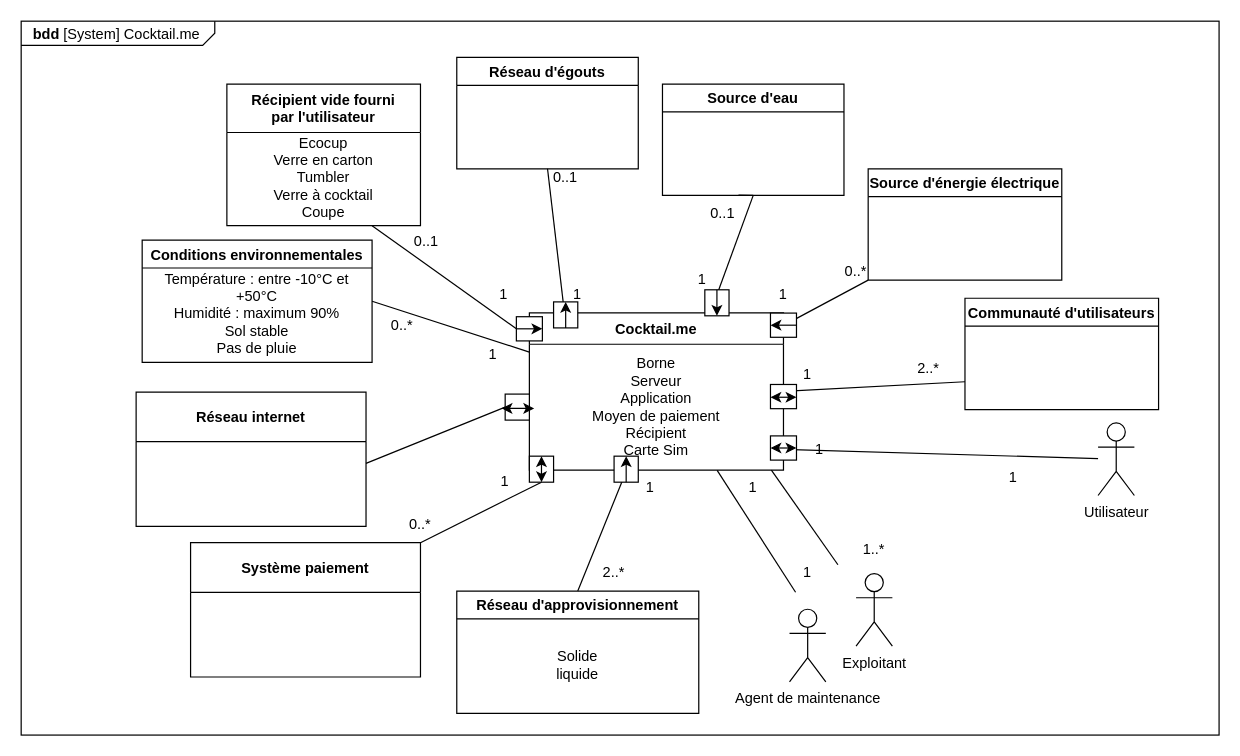
The draw.io diagram page "Contexte organique 28/04" (2 of 14) of borneCocktailP22.drawio in mbricogn/TN29-MBSE, before the edit. Source tidied: cells renumbered, new cells numbered last; positions are measured from the earlier drawing's top-left corner, leaving out a move shared by most shapes. Both pictures are drawn from the tidied source at 121%, with x=0, y=0 at pixel (21, 21).
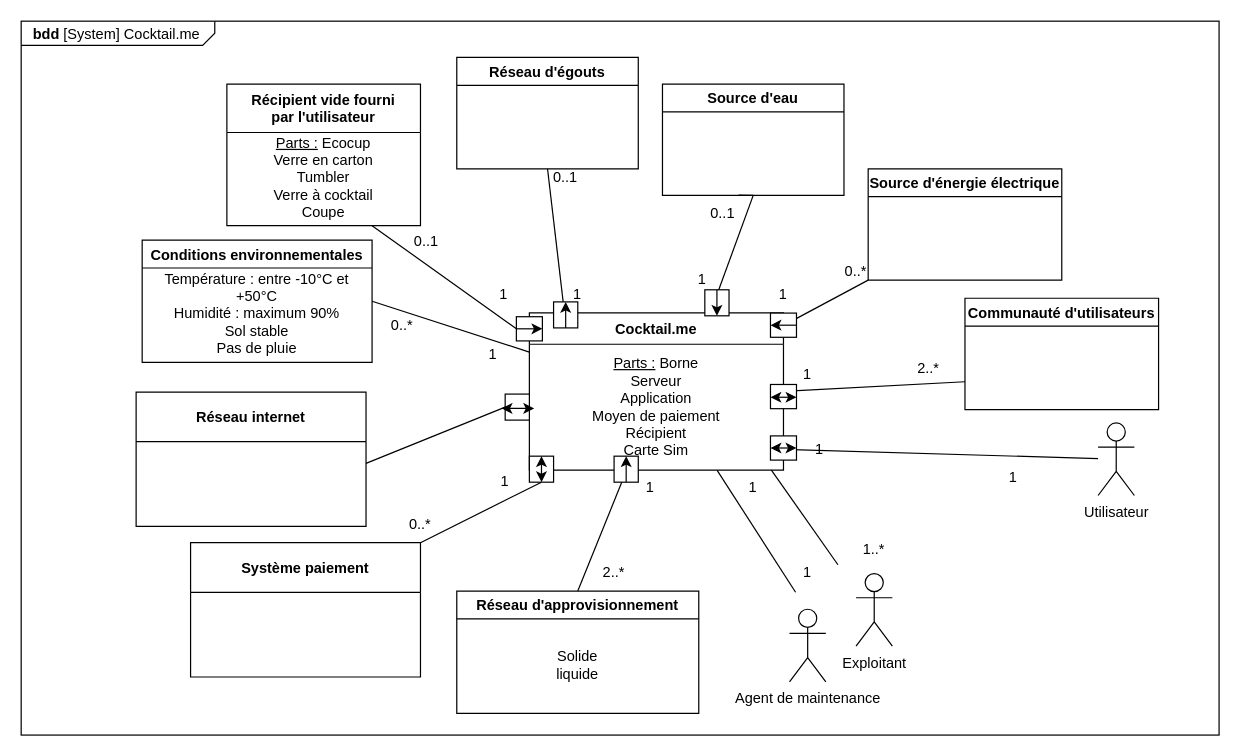
After the change.

Unchanged cells that the change refers to:
```xml
<mxCell id="3" value="Cocktail.me" style="swimlane;fontStyle=1;horizontal=1;startSize=26;fillColor=none;" parent="1" vertex="1">
  <mxGeometry x="420" y="241" width="210" height="130" as="geometry" />
</mxCell>
<mxCell id="9" value="Récipient vide fourni &#10;par l'utilisateur" style="swimlane;startSize=40;" parent="1" vertex="1">
  <mxGeometry x="170" y="52" width="160" height="117" as="geometry" />
</mxCell>
```

Change to the diagram source:
```diff
@@
-    <mxCell id="4" value="&lt;div&gt;Borne &lt;br&gt;&lt;/div&gt;&lt;div&gt;Serveur&lt;br&gt;&lt;/div&gt;Application&lt;br&gt;Moyen de paiement&lt;br&gt;&lt;div&gt;Récipient &lt;br&gt;&lt;/div&gt;&lt;div&gt;Carte Sim&lt;br&gt;&lt;/div&gt;" style="text;html=1;strokeColor=none;fillColor=none;align=center;verticalAlign=middle;whiteSpace=wrap;rounded=0;" parent="3" vertex="1">
+    <mxCell id="4" value="&lt;div&gt;&lt;u&gt;Parts :&lt;/u&gt; Borne &lt;br&gt;&lt;/div&gt;&lt;div&gt;Serveur&lt;br&gt;&lt;/div&gt;Application&lt;br&gt;Moyen de paiement&lt;br&gt;&lt;div&gt;Récipient &lt;br&gt;&lt;/div&gt;&lt;div&gt;Carte Sim&lt;br&gt;&lt;/div&gt;" style="text;html=1;strokeColor=none;fillColor=none;align=center;verticalAlign=middle;whiteSpace=wrap;rounded=0;" parent="3" vertex="1">
       <mxGeometry y="26" width="210" height="104" as="geometry" />
     </mxCell>
@@
-    <mxCell id="10" value="&lt;div&gt;Ecocup&lt;/div&gt;&lt;div&gt;Verre en carton&lt;/div&gt;&lt;div&gt;Tumbler&lt;/div&gt;&lt;div&gt;Verre à cocktail&lt;/div&gt;&lt;div&gt;Coupe&lt;/div&gt;" style="text;html=1;strokeColor=none;fillColor=none;align=center;verticalAlign=middle;whiteSpace=wrap;rounded=0;" parent="9" vertex="1">
+    <mxCell id="10" value="&lt;div&gt;&lt;u&gt;Parts :&lt;/u&gt; Ecocup&lt;/div&gt;&lt;div&gt;Verre en carton&lt;/div&gt;&lt;div&gt;Tumbler&lt;/div&gt;&lt;div&gt;Verre à cocktail&lt;/div&gt;&lt;div&gt;Coupe&lt;/div&gt;" style="text;html=1;strokeColor=none;fillColor=none;align=center;verticalAlign=middle;whiteSpace=wrap;rounded=0;" parent="9" vertex="1">
       <mxGeometry y="37" width="160" height="80" as="geometry" />
     </mxCell>
```
